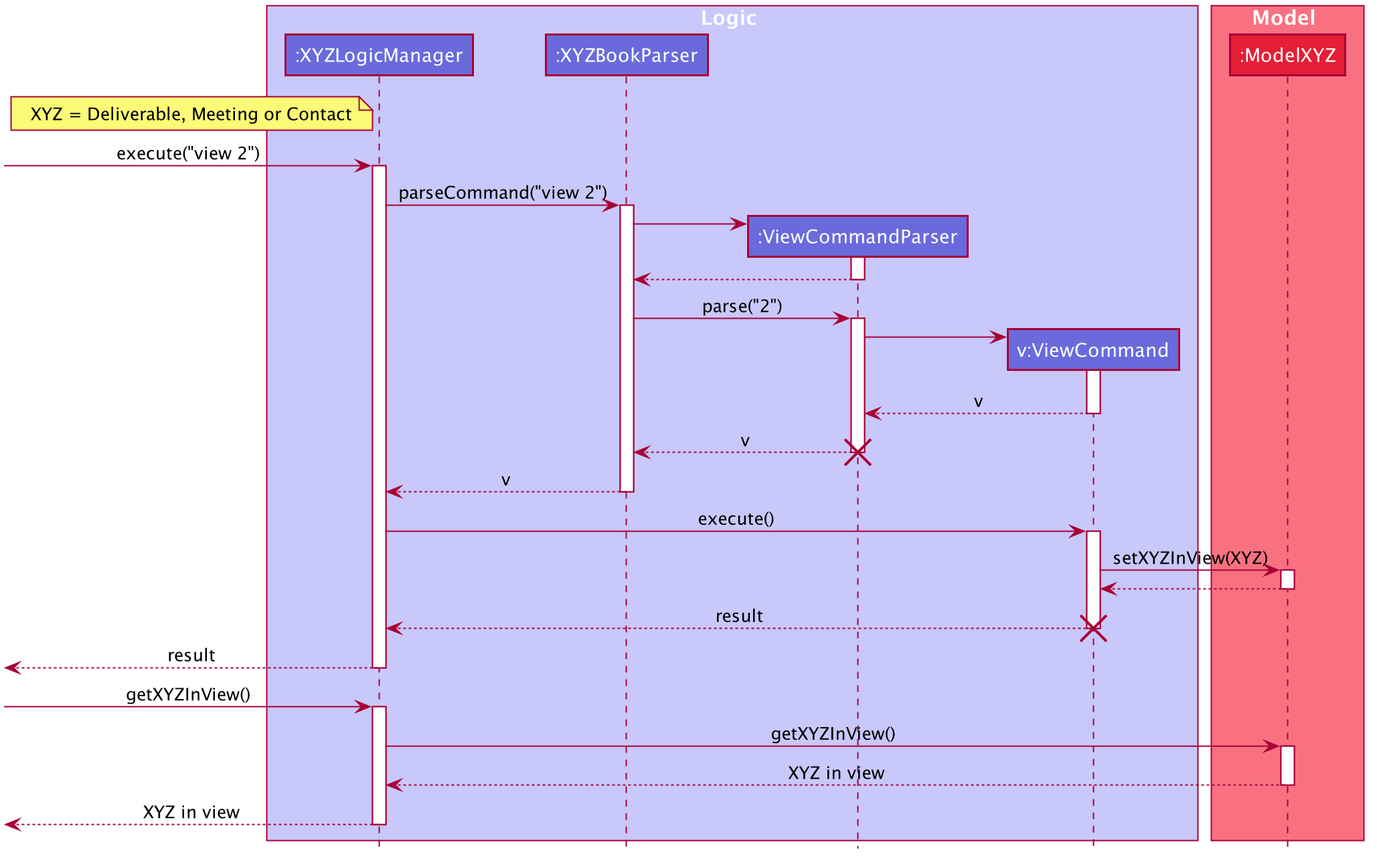
Earlier version of the PlantUML export docs/images/ViewCommandSequenceDiagram.png (shadowezz/Productiv).
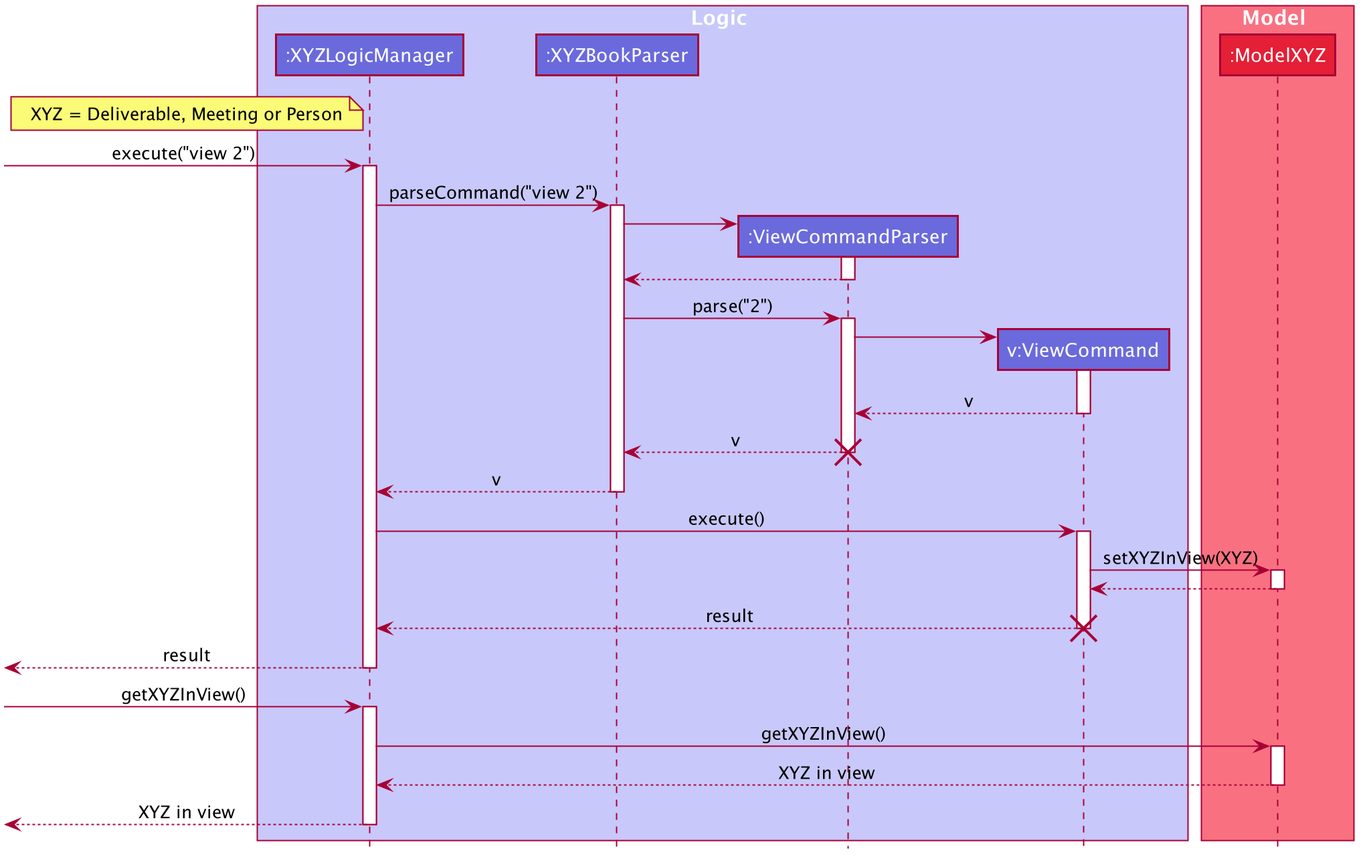
After the commit.

Change to the diagram source:
```diff
@@ -1,4 +1,6 @@
 @startuml
+
+
 
 
 
@@ -43,6 +45,7 @@
 skinparam Shadowing false
 skinparam DefaultTextAlignment center
 skinparam packageStyle Rectangle
+skinparam classAttributeIconSize 0
 
 hide footbox
 hide members
@@ -55,7 +58,7 @@
 participant "v:ViewCommand" as ViewCommand #6A6ADC
 end box
 
-note left of XYZLogicManager : XYZ = Deliverable, Meeting or Contact
+note left of XYZLogicManager : XYZ = Deliverable, Meeting or Person
 
 box Model #F97181
 participant ":ModelXYZ" as ModelXYZ #E41F36
```
